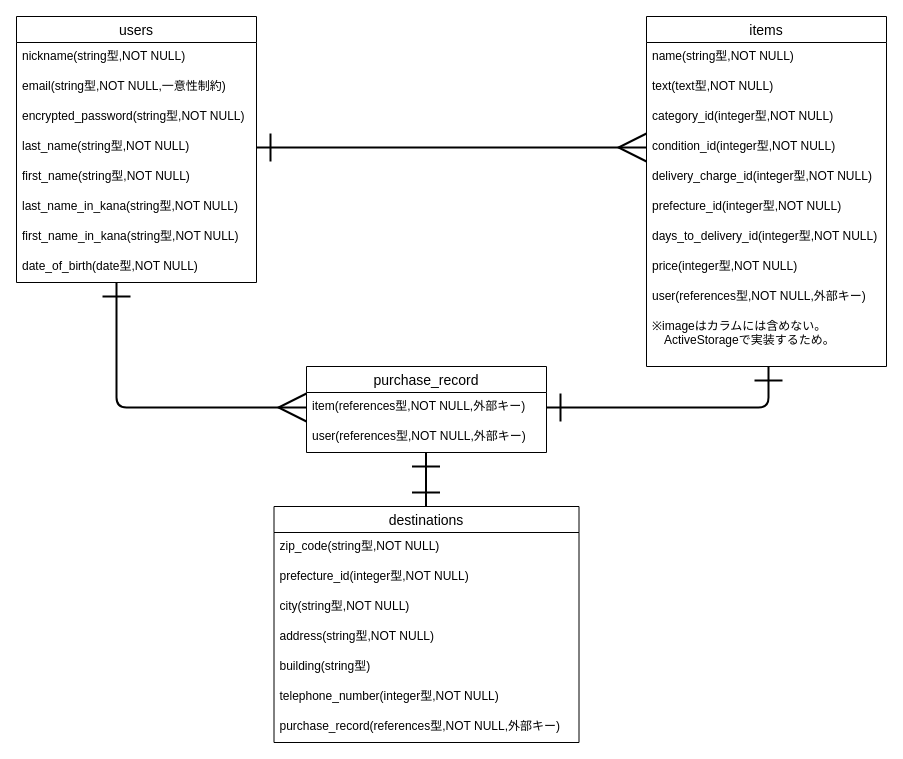
Earlier version of the draw.io diagram er.dio (Kei614/furima-36955). Source tidied: cells renumbered, new cells numbered last; positions are measured from the earlier drawing's top-left corner, leaving out a move shared by most shapes. Both pictures are drawn from the tidied source at 100%, with x=0, y=0 at pixel (16, 16).
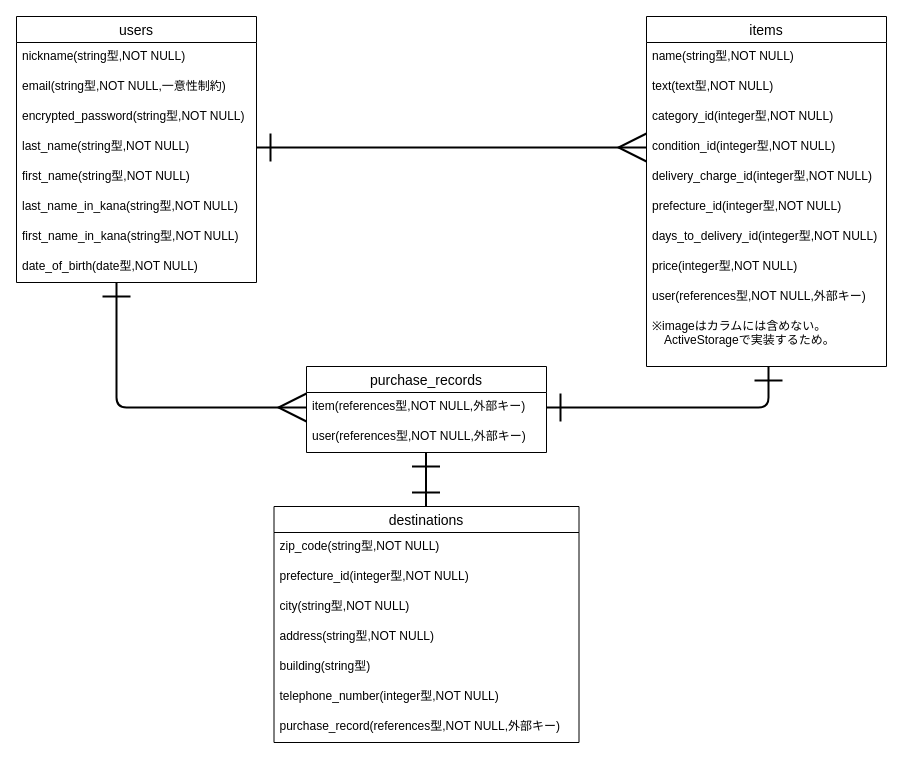
After the change.

The edit, as a diff of the source:
```diff
@@
-    <mxCell id="30" value="purchase_record" style="swimlane;fontStyle=0;horizontal=1;startSize=26;align=center;fontSize=14;" parent="1" vertex="1">
+    <mxCell id="30" value="purchase_records" style="swimlane;fontStyle=0;horizontal=1;startSize=26;align=center;fontSize=14;" parent="1" vertex="1">
       <mxGeometry x="290" y="350" width="240" height="86" as="geometry" />
     </mxCell>
```
